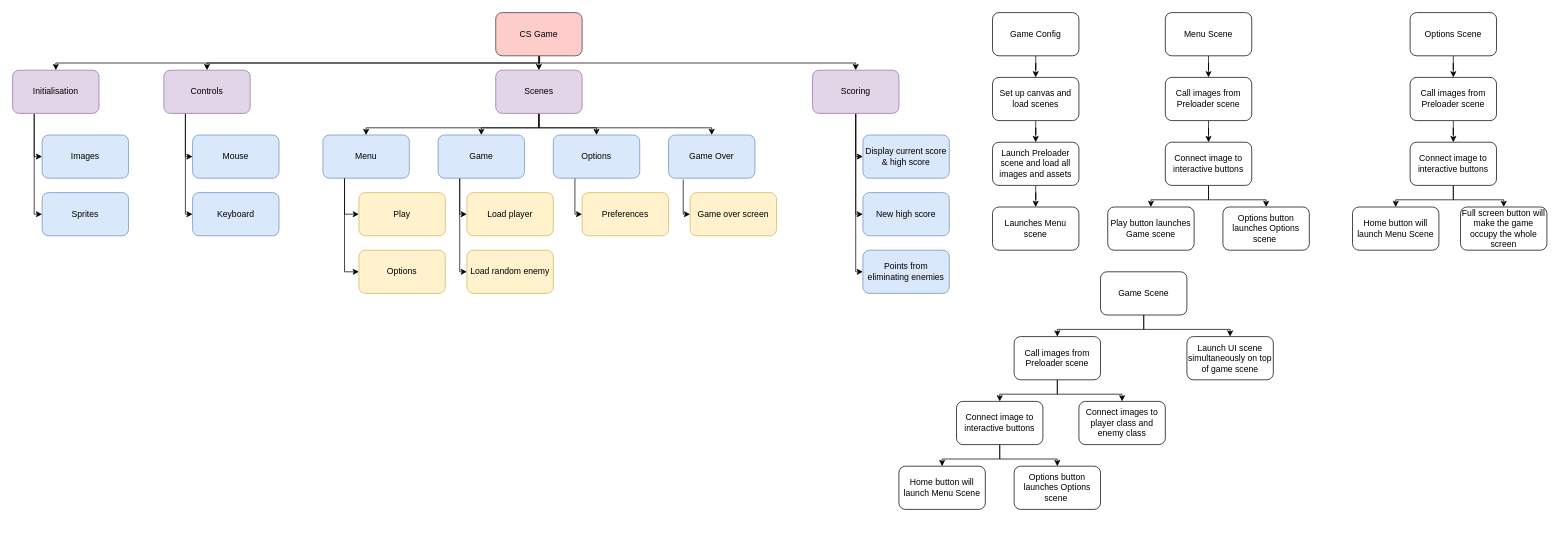
13ilaurente/csgame keeps this draw.io diagram as Top Down CS.drawio. Above is the earlier version. Source tidied: cells renumbered, new cells numbered last; positions are measured from the earlier drawing's top-left corner, leaving out a move shared by most shapes. Both pictures are drawn from the tidied source at 72%, with x=0, y=0 at pixel (12, 12).
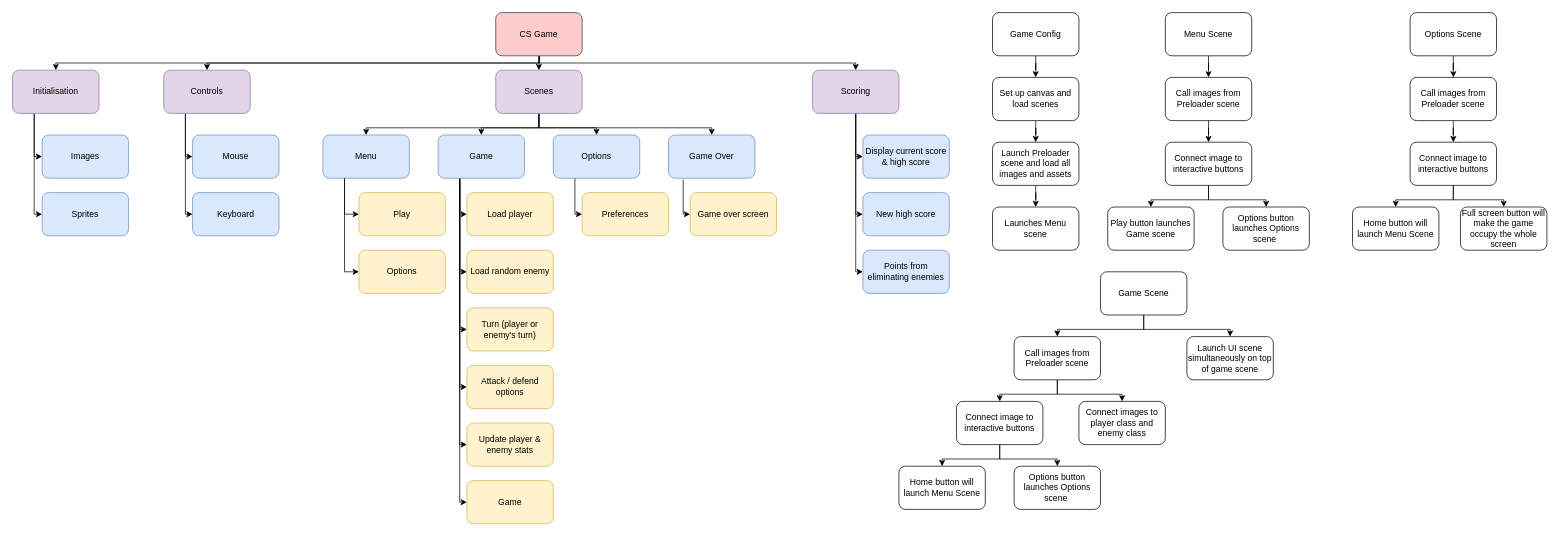
Above is the later version.

The change refers to these unchanged cells:
```xml
<mxCell id="59" value="Game" style="rounded=1;whiteSpace=wrap;html=1;fillColor=#dae8fc;strokeColor=#6c8ebf;" parent="1" vertex="1">
  <mxGeometry x="591" y="170" width="120" height="60" as="geometry" />
</mxCell>
<mxCell id="62" value="Options" style="rounded=1;whiteSpace=wrap;html=1;fillColor=#dae8fc;strokeColor=#6c8ebf;" parent="1" vertex="1">
  <mxGeometry x="751" y="170" width="120" height="60" as="geometry" />
</mxCell>
<mxCell id="76" value="Scenes" style="rounded=1;whiteSpace=wrap;html=1;fillColor=#e1d5e7;strokeColor=#9673a6;" parent="1" vertex="1">
  <mxGeometry x="671" y="80" width="120" height="60" as="geometry" />
</mxCell>
```

What changed in the source:
```diff
@@
+    <mxCell id="83" style="edgeStyle=orthogonalEdgeStyle;rounded=0;jettySize=auto;html=1;entryX=0;entryY=0.5;entryDx=0;entryDy=0;" parent="1" edge="1" source="59" target="89">
+      <mxGeometry relative="1" as="geometry">
+        <Array as="points">
+          <mxPoint x="621" y="440" />
+        </Array>
+      </mxGeometry>
+    </mxCell>
+    <mxCell id="84" style="edgeStyle=orthogonalEdgeStyle;rounded=0;jettySize=auto;html=1;entryX=0;entryY=0.5;entryDx=0;entryDy=0;" parent="1" edge="1" source="59" target="90">
+      <mxGeometry relative="1" as="geometry">
+        <Array as="points">
+          <mxPoint x="621" y="520" />
+        </Array>
+      </mxGeometry>
+    </mxCell>
+    <mxCell id="85" style="edgeStyle=orthogonalEdgeStyle;rounded=0;jettySize=auto;html=1;" parent="1" edge="1" source="59" target="88">
+      <mxGeometry relative="1" as="geometry">
+        <Array as="points">
+          <mxPoint x="621" y="600" />
+        </Array>
+      </mxGeometry>
+    </mxCell>
+    <mxCell id="86" style="edgeStyle=orthogonalEdgeStyle;rounded=0;jettySize=auto;html=1;" parent="1" edge="1" source="59" target="87">
+      <mxGeometry relative="1" as="geometry">
+        <Array as="points">
+          <mxPoint x="621" y="680" />
+        </Array>
+      </mxGeometry>
+    </mxCell>
@@
+    <mxCell id="87" value="Game" style="rounded=1;whiteSpace=wrap;html=1;fillColor=#fff2cc;strokeColor=#d6b656;" parent="1" vertex="1">
+      <mxGeometry x="631" y="650" width="120" height="60" as="geometry" />
+    </mxCell>
+    <mxCell id="88" value="Update player &amp;amp; enemy stats" style="rounded=1;whiteSpace=wrap;html=1;fillColor=#fff2cc;strokeColor=#d6b656;" parent="1" vertex="1">
+      <mxGeometry x="631" y="570" width="120" height="60" as="geometry" />
+    </mxCell>
+    <mxCell id="89" value="Turn (player or enemy's turn)" style="rounded=1;whiteSpace=wrap;html=1;fillColor=#fff2cc;strokeColor=#d6b656;" parent="1" vertex="1">
+      <mxGeometry x="631" y="410" width="120" height="60" as="geometry" />
+    </mxCell>
+    <mxCell id="90" value="Attack / defend options" style="rounded=1;whiteSpace=wrap;html=1;fillColor=#fff2cc;strokeColor=#d6b656;" parent="1" vertex="1">
+      <mxGeometry x="631" y="490" width="120" height="60" as="geometry" />
+    </mxCell>
@@
     <mxCell id="74" style="edgeStyle=orthogonalEdgeStyle;rounded=0;jettySize=auto;html=1;exitX=0.5;exitY=1;exitDx=0;exitDy=0;entryX=0.5;entryY=0;entryDx=0;entryDy=0;" parent="1" edge="1" source="76" target="62">
-      <mxGeometry relative="1" as="geometry" />
+      <mxGeometry relative="1" as="geometry">
+        <Array as="points">
+          <mxPoint x="731" y="160" />
+          <mxPoint x="811" y="160" />
+        </Array>
+      </mxGeometry>
     </mxCell>
```
